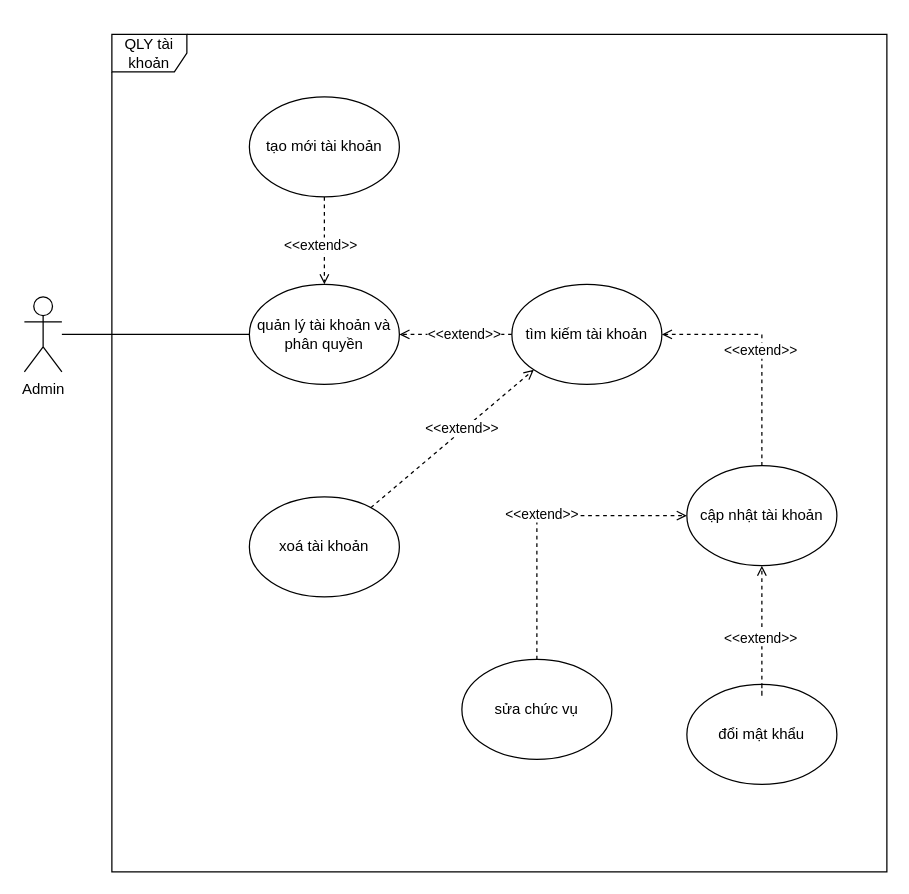
Above: QuanLyTaiKhoan.drawio in hoangda24312/Group4-DesigningSystem (draw.io), before the change. Source tidied: cells renumbered, new cells numbered last; positions are measured from the earlier drawing's top-left corner, leaving out a move shared by most shapes. Both pictures are drawn from the tidied source at 125%, with x=0, y=0 at pixel (24, 34).
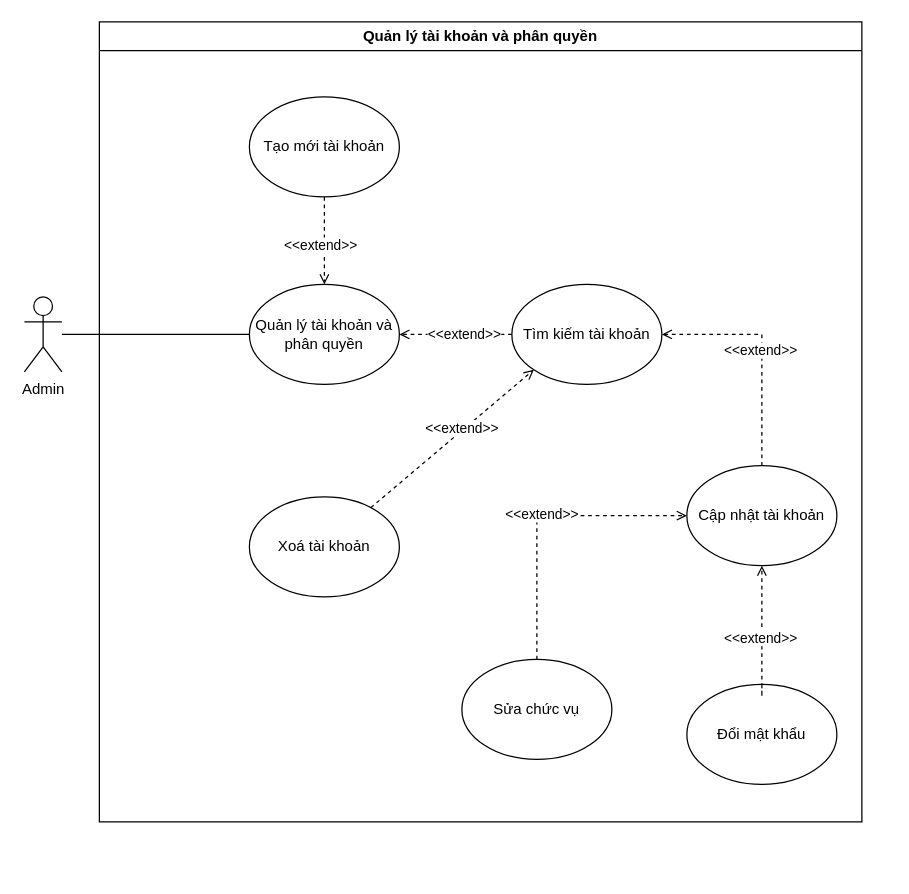
The same page after the edit.

Change to the diagram source:
```diff
@@
-    <mxCell id="4" value="QLY tài khoản" style="shape=umlFrame;whiteSpace=wrap;html=1;" parent="1" vertex="1">
-      <mxGeometry x="70" width="620" height="670" as="geometry" />
-    </mxCell>
-    <mxCell id="5" value="quản lý tài khoản và phân quyền" style="ellipse;whiteSpace=wrap;html=1;" parent="1" vertex="1">
+    <mxCell id="5" value="Quản lý tài khoản và phân quyền" style="ellipse;whiteSpace=wrap;html=1;" parent="1" vertex="1">
       <mxGeometry x="180" y="200" width="120" height="80" as="geometry" />
     </mxCell>
@@
-    <mxCell id="8" value="tạo mới tài khoản" style="ellipse;whiteSpace=wrap;html=1;" parent="1" vertex="1">
+    <mxCell id="8" value="Tạo mới tài khoản" style="ellipse;whiteSpace=wrap;html=1;" parent="1" vertex="1">
       <mxGeometry x="180" y="50" width="120" height="80" as="geometry" />
     </mxCell>
@@
-    <mxCell id="11" value="cập nhật tài khoản" style="ellipse;whiteSpace=wrap;html=1;" parent="1" vertex="1">
+    <mxCell id="11" value="Cập nhật tài khoản" style="ellipse;whiteSpace=wrap;html=1;" parent="1" vertex="1">
       <mxGeometry x="530" y="345" width="120" height="80" as="geometry" />
     </mxCell>
@@
-    <mxCell id="14" value="tìm kiếm tài khoản" style="ellipse;whiteSpace=wrap;html=1;" parent="1" vertex="1">
+    <mxCell id="14" value="Tìm kiếm tài khoản" style="ellipse;whiteSpace=wrap;html=1;" parent="1" vertex="1">
       <mxGeometry x="390" y="200" width="120" height="80" as="geometry" />
     </mxCell>
@@
-    <mxCell id="17" value="xoá tài khoản" style="ellipse;whiteSpace=wrap;html=1;" parent="1" vertex="1">
+    <mxCell id="17" value="Xoá tài khoản" style="ellipse;whiteSpace=wrap;html=1;" parent="1" vertex="1">
       <mxGeometry x="180" y="370" width="120" height="80" as="geometry" />
     </mxCell>
-    <mxCell id="18" value="sửa chức vụ" style="ellipse;whiteSpace=wrap;html=1;" parent="1" vertex="1">
+    <mxCell id="18" value="Sửa chức vụ" style="ellipse;whiteSpace=wrap;html=1;" parent="1" vertex="1">
       <mxGeometry x="350" y="500" width="120" height="80" as="geometry" />
     </mxCell>
@@
-    <mxCell id="21" value="đổi mật khẩu" style="ellipse;whiteSpace=wrap;html=1;" parent="1" vertex="1">
+    <mxCell id="21" value="Đổi mật khẩu" style="ellipse;whiteSpace=wrap;html=1;" parent="1" vertex="1">
       <mxGeometry x="530" y="520" width="120" height="80" as="geometry" />
     </mxCell>
@@
+    <mxCell id="24" value="Quản lý tài khoản và phân quyền" style="swimlane;whiteSpace=wrap;html=1;" parent="1" vertex="1">
+      <mxGeometry x="60" y="-10" width="610" height="640" as="geometry" />
+    </mxCell>
```
